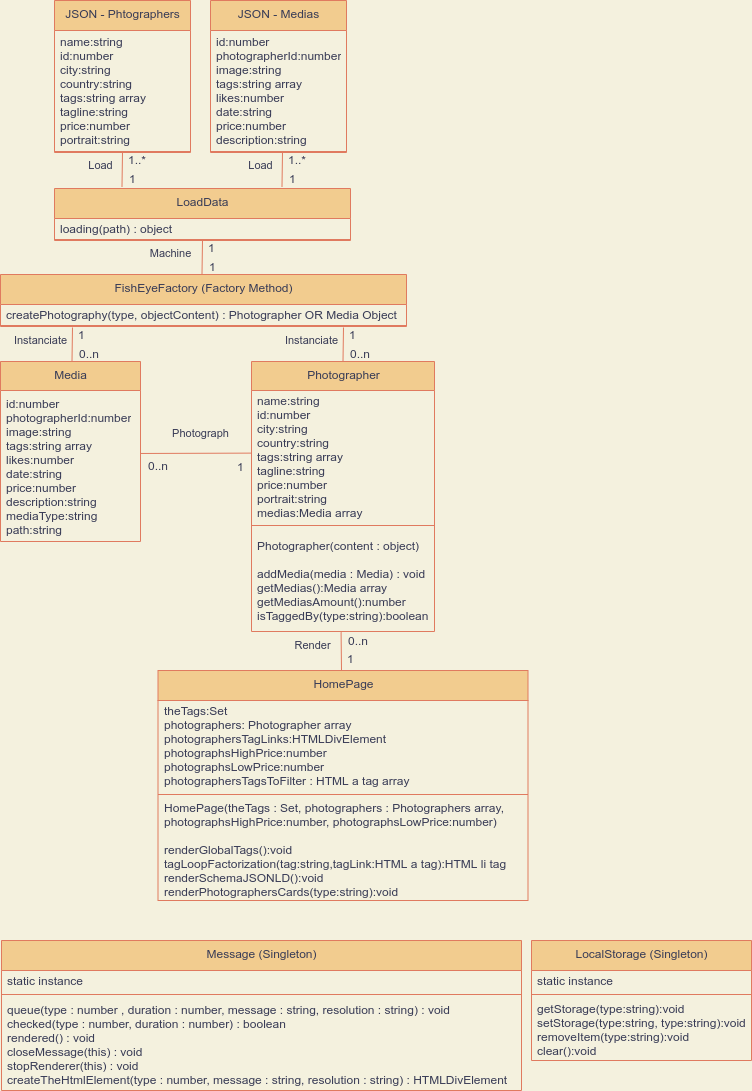
Lob2018/YannLobjois_6_25032021 keeps this draw.io diagram as spec/UML-diagramme de classes.png. Above is the earlier version. Source tidied: cells renumbered, new cells last; positions are measured from the earlier drawing's top-left corner, leaving out a move shared by most shapes.
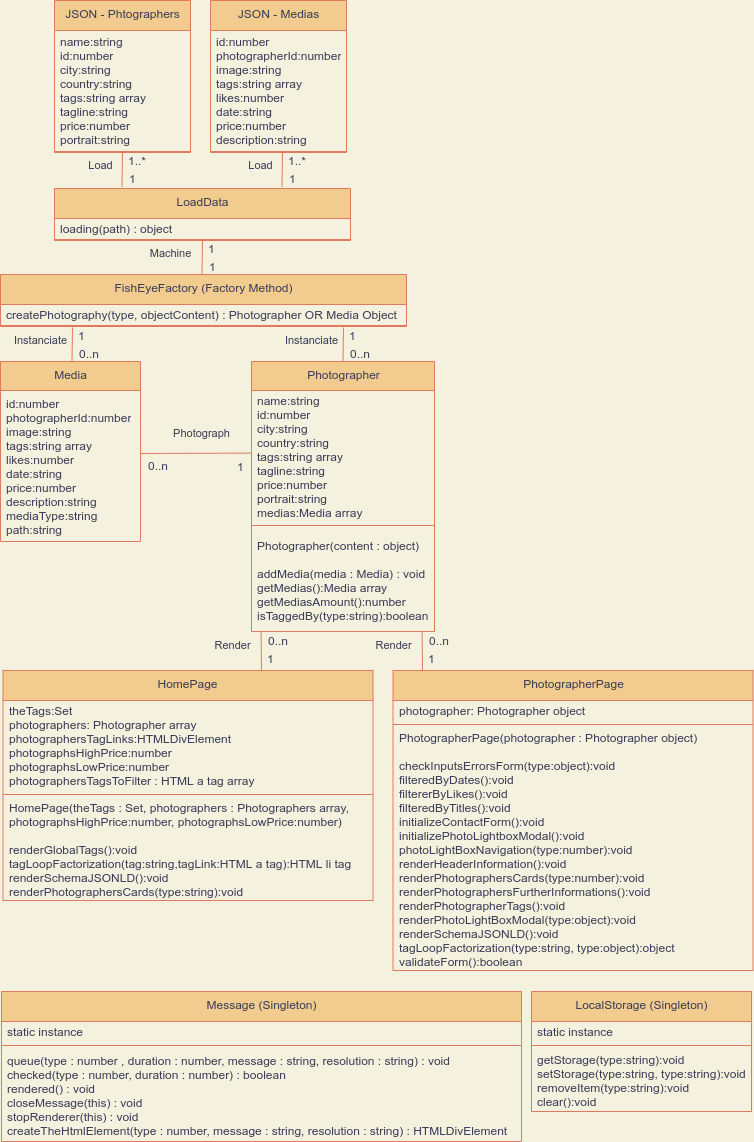
After the change.

What changed in the source:
```diff
@@ -3,7 +3,7 @@
     <mxCell id="0" />
     <mxCell id="1" parent="0" />
     <mxCell id="2" value="Message (Singleton)" style="swimlane;fontStyle=0;align=center;verticalAlign=top;horizontal=1;startSize=30;html=1;fillColor=#F2CC8F;strokeColor=#E07A5F;fontColor=#393C56;" parent="1" vertex="1">
-      <mxGeometry x="1" y="940" width="520" height="150" as="geometry" />
+      <mxGeometry x="1" y="991" width="520" height="150" as="geometry" />
     </mxCell>
     <mxCell id="3" value="static instance" style="text;html=1;strokeColor=none;fillColor=none;align=left;verticalAlign=middle;spacingLeft=4;spacingRight=4;overflow=hidden;fontColor=#393C56;" parent="2" vertex="1">
       <mxGeometry y="30" width="520" height="20" as="geometry" />
@@ -159,7 +159,7 @@
       </mxGeometry>
     </mxCell>
     <mxCell id="42" value="HomePage" style="swimlane;fontStyle=0;align=center;verticalAlign=top;horizontal=1;startSize=30;html=1;fillColor=#F2CC8F;strokeColor=#E07A5F;fontColor=#393C56;" parent="1" vertex="1">
-      <mxGeometry x="157.5" y="670" width="370" height="230" as="geometry" />
+      <mxGeometry x="2.5" y="670" width="370" height="230" as="geometry" />
     </mxCell>
     <mxCell id="43" value="&lt;div&gt;theTags:Set&lt;/div&gt;&lt;div&gt;photographers: Photographer array&lt;/div&gt;&lt;div&gt;photographersTagLinks:HTMLDivElement&lt;/div&gt;&lt;div&gt;photographsHighPrice:number&lt;/div&gt;&lt;div&gt;photographsLowPrice:number&lt;br&gt;photographersTagsToFilter : HTML a tag array&lt;/div&gt;" style="text;html=1;strokeColor=none;fillColor=none;align=left;verticalAlign=middle;spacingLeft=4;spacingRight=4;overflow=hidden;fontColor=#393C56;" parent="42" vertex="1">
       <mxGeometry y="30" width="370" height="90" as="geometry" />
@@ -172,8 +172,8 @@
     </mxCell>
     <mxCell id="46" value="Render" style="endArrow=none;html=1;rounded=0;align=center;verticalAlign=top;endFill=0;labelBackgroundColor=none;entryX=0.26;entryY=1.054;entryDx=0;entryDy=0;entryPerimeter=0;fillColor=#F2CC8F;strokeColor=#E07A5F;fontColor=#393C56;" parent="1" edge="1">
       <mxGeometry x="1" y="29" relative="1" as="geometry">
-        <mxPoint x="341" y="670" as="sourcePoint" />
-        <mxPoint x="340.6" y="631.7" as="targetPoint" />
+        <mxPoint x="261" y="670" as="sourcePoint" />
+        <mxPoint x="260.6" y="631.7" as="targetPoint" />
       </mxGeometry>
     </mxCell>
     <mxCell id="47" value="1" style="html=1;align=left;verticalAlign=bottom;labelBackgroundColor=none;fillColor=#F2CC8F;strokeColor=#E07A5F;fontColor=#393C56;" parent="46" vertex="1">
@@ -187,7 +187,7 @@
       </mxGeometry>
     </mxCell>
     <mxCell id="49" value="LocalStorage (Singleton)" style="swimlane;fontStyle=0;align=center;verticalAlign=top;horizontal=1;startSize=30;html=1;fillColor=#F2CC8F;strokeColor=#E07A5F;fontColor=#393C56;" parent="1" vertex="1">
-      <mxGeometry x="531" y="940" width="220" height="120" as="geometry" />
+      <mxGeometry x="531" y="991" width="220" height="120" as="geometry" />
     </mxCell>
     <mxCell id="50" value="static instance" style="text;html=1;strokeColor=none;fillColor=none;align=left;verticalAlign=middle;spacingLeft=4;spacingRight=4;overflow=hidden;fontColor=#393C56;" parent="49" vertex="1">
       <mxGeometry y="30" width="220" height="20" as="geometry" />
@@ -198,5 +198,33 @@
     <mxCell id="52" value="getStorage(type:string):void&lt;br&gt;setStorage(type:string, type:string):void&lt;br&gt;removeItem(type:string):void&lt;br&gt;clear():void" style="text;html=1;strokeColor=none;fillColor=none;align=left;verticalAlign=middle;spacingLeft=4;spacingRight=4;overflow=hidden;fontColor=#393C56;" parent="49" vertex="1">
       <mxGeometry y="58" width="220" height="62" as="geometry" />
     </mxCell>
+    <mxCell id="53" value="PhotographerPage" style="swimlane;fontStyle=0;align=center;verticalAlign=top;horizontal=1;startSize=30;html=1;fillColor=#F2CC8F;strokeColor=#E07A5F;fontColor=#393C56;" parent="1" vertex="1">
+      <mxGeometry x="392.5" y="670" width="360" height="300" as="geometry" />
+    </mxCell>
+    <mxCell id="54" value="&lt;div&gt;&lt;span&gt;photographer: Photographer object&lt;/span&gt;&lt;/div&gt;" style="text;html=1;strokeColor=none;fillColor=none;align=left;verticalAlign=middle;spacingLeft=4;spacingRight=4;overflow=hidden;fontColor=#393C56;" parent="53" vertex="1">
+      <mxGeometry y="30" width="360" height="20" as="geometry" />
+    </mxCell>
+    <mxCell id="55" style="line;strokeWidth=1;fillColor=none;align=left;verticalAlign=middle;spacingTop=-1;spacingLeft=3;spacingRight=3;labelPosition=right;labelBackgroundColor=#F4F1DE;strokeColor=#E07A5F;fontColor=#393C56;" parent="53" vertex="1">
+      <mxGeometry y="50" width="360" height="8" as="geometry" />
+    </mxCell>
+    <mxCell id="56" value="&lt;span style=&quot;text-align: center&quot;&gt;PhotographerPage&lt;/span&gt;&lt;span&gt;(photographer : Photographer object)&lt;/span&gt;&lt;span style=&quot;text-align: center&quot;&gt;&lt;br&gt;&lt;/span&gt;&lt;div&gt;&lt;br&gt;&lt;/div&gt;&lt;div&gt;checkInputsErrorsForm(type:object):void&lt;/div&gt;&lt;div&gt;filteredByDates():void&lt;/div&gt;&lt;div&gt;filtererByLikes():void&lt;/div&gt;&lt;div&gt;filteredByTitles():void&lt;/div&gt;&lt;div&gt;initializeContactForm():void&lt;/div&gt;&lt;div&gt;initializePhotoLightboxModal():void&lt;/div&gt;&lt;div&gt;photoLightBoxNavigation(type:number):void&lt;/div&gt;&lt;div&gt;renderHeaderInformation():void&lt;/div&gt;&lt;div&gt;renderPhotographersCards(type:number):void&lt;/div&gt;&lt;div&gt;renderPhotographersFurtherInformations():void&lt;/div&gt;&lt;div&gt;renderPhotographerTags():void&lt;/div&gt;&lt;div&gt;renderPhotoLightBoxModal(type:object):void&lt;/div&gt;&lt;div&gt;renderSchemaJSONLD():void&lt;/div&gt;&lt;div&gt;tagLoopFactorization(type:string, type:object):object&lt;/div&gt;&lt;div&gt;validateForm():boolean&lt;/div&gt;&lt;div&gt;&lt;br&gt;&lt;/div&gt;" style="text;html=1;strokeColor=none;fillColor=none;align=left;verticalAlign=middle;spacingLeft=4;spacingRight=4;overflow=hidden;fontColor=#393C56;" parent="53" vertex="1">
+      <mxGeometry y="58" width="360" height="242" as="geometry" />
+    </mxCell>
+    <mxCell id="57" value="Render" style="endArrow=none;html=1;rounded=0;align=center;verticalAlign=top;endFill=0;labelBackgroundColor=none;entryX=0.26;entryY=1.054;entryDx=0;entryDy=0;entryPerimeter=0;fillColor=#F2CC8F;strokeColor=#E07A5F;fontColor=#393C56;" parent="1" edge="1">
+      <mxGeometry x="1" y="29" relative="1" as="geometry">
+        <mxPoint x="422" y="670" as="sourcePoint" />
+        <mxPoint x="421.6" y="631.7" as="targetPoint" />
+      </mxGeometry>
+    </mxCell>
+    <mxCell id="58" value="1" style="html=1;align=left;verticalAlign=bottom;labelBackgroundColor=none;fillColor=#F2CC8F;strokeColor=#E07A5F;fontColor=#393C56;" parent="57" vertex="1">
+      <mxGeometry x="-1" relative="1" as="geometry">
+        <mxPoint x="4.1" y="-3" as="offset" />
+      </mxGeometry>
+    </mxCell>
+    <mxCell id="59" value="0..n" style="html=1;align=left;verticalAlign=top;labelBackgroundColor=none;fillColor=#F2CC8F;strokeColor=#E07A5F;fontColor=#393C56;" parent="57" vertex="1">
+      <mxGeometry x="-1" relative="1" as="geometry">
+        <mxPoint x="5.1" y="-43" as="offset" />
+      </mxGeometry>
+    </mxCell>
   </root>
 </mxGraphModel>
```
